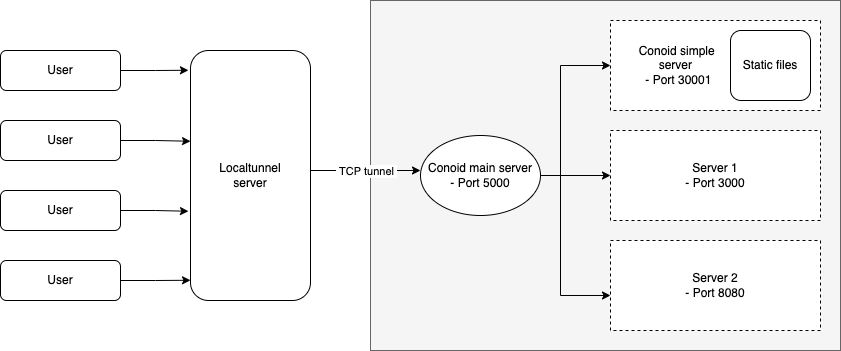
The draw.io diagram assets/imgs/architecture.png in DeeStarks/conoid, before a commit. Source tidied: cells renumbered, new cells last; positions are measured from the earlier drawing's top-left corner, leaving out a move shared by most shapes. Source of this version:
```xml
<mxGraphModel>
  <root>
    <mxCell id="0" />
    <mxCell id="1" parent="0" />
    <mxCell id="2" style="rounded=0.5;whiteSpace=wrap;html=1;shadow=0;glass=0;sketch=0;fillColor=#f5f5f5;fontColor=#333333;strokeColor=#666666;" parent="1" vertex="1">
      <mxGeometry x="370" width="470" height="350" as="geometry" />
    </mxCell>
    <mxCell id="3" style="edgeStyle=orthogonalEdgeStyle;rounded=0;jettySize=auto;html=1;entryX=0;entryY=0.363;entryDx=0;entryDy=0;entryPerimeter=0;" parent="1" edge="1" source="4" target="15">
      <mxGeometry relative="1" as="geometry" />
    </mxCell>
    <mxCell id="4" value="User" style="rounded=1;whiteSpace=wrap;html=1;fontSize=12;glass=0;strokeWidth=1;shadow=0;" parent="1" vertex="1">
      <mxGeometry y="120" width="120" height="40" as="geometry" />
    </mxCell>
    <mxCell id="5" style="edgeStyle=orthogonalEdgeStyle;rounded=0;jettySize=auto;html=1;entryX=-0.017;entryY=0.079;entryDx=0;entryDy=0;entryPerimeter=0;" parent="1" edge="1" source="6" target="15">
      <mxGeometry relative="1" as="geometry" />
    </mxCell>
    <mxCell id="6" value="User" style="rounded=1;whiteSpace=wrap;html=1;fontSize=12;glass=0;strokeWidth=1;shadow=0;" parent="1" vertex="1">
      <mxGeometry y="50" width="120" height="40" as="geometry" />
    </mxCell>
    <mxCell id="7" style="edgeStyle=orthogonalEdgeStyle;rounded=0;jettySize=auto;html=1;exitX=1;exitY=0.5;exitDx=0;exitDy=0;entryX=-0.017;entryY=0.643;entryDx=0;entryDy=0;entryPerimeter=0;" parent="1" edge="1" source="8" target="15">
      <mxGeometry relative="1" as="geometry" />
    </mxCell>
    <mxCell id="8" value="User" style="rounded=1;whiteSpace=wrap;html=1;fontSize=12;glass=0;strokeWidth=1;shadow=0;" parent="1" vertex="1">
      <mxGeometry y="190" width="120" height="40" as="geometry" />
    </mxCell>
    <mxCell id="9" style="edgeStyle=orthogonalEdgeStyle;rounded=0;jettySize=auto;html=1;exitX=1;exitY=0.5;exitDx=0;exitDy=0;entryX=0;entryY=0.919;entryDx=0;entryDy=0;entryPerimeter=0;" parent="1" edge="1" source="10" target="15">
      <mxGeometry relative="1" as="geometry" />
    </mxCell>
    <mxCell id="10" value="User" style="rounded=1;whiteSpace=wrap;html=1;fontSize=12;glass=0;strokeWidth=1;shadow=0;" parent="1" vertex="1">
      <mxGeometry y="260" width="120" height="40" as="geometry" />
    </mxCell>
    <mxCell id="11" style="edgeStyle=orthogonalEdgeStyle;rounded=0;jettySize=auto;html=1;entryX=0;entryY=0.5;entryDx=0;entryDy=0;" parent="1" edge="1" source="14" target="16">
      <mxGeometry relative="1" as="geometry">
        <Array as="points">
          <mxPoint x="560" y="175" />
          <mxPoint x="560" y="65" />
        </Array>
      </mxGeometry>
    </mxCell>
    <mxCell id="12" style="edgeStyle=orthogonalEdgeStyle;rounded=0;jettySize=auto;html=1;entryX=0;entryY=0.611;entryDx=0;entryDy=0;entryPerimeter=0;" parent="1" edge="1" source="14" target="17">
      <mxGeometry relative="1" as="geometry">
        <Array as="points">
          <mxPoint x="560" y="175" />
          <mxPoint x="560" y="295" />
        </Array>
      </mxGeometry>
    </mxCell>
    <mxCell id="13" style="edgeStyle=orthogonalEdgeStyle;rounded=0;jettySize=auto;html=1;entryX=0;entryY=0.5;entryDx=0;entryDy=0;" parent="1" edge="1" source="14" target="21">
      <mxGeometry relative="1" as="geometry" />
    </mxCell>
    <mxCell id="14" value="Conoid main server&lt;br&gt;- Port 5000" style="ellipse;whiteSpace=wrap;html=1;" parent="1" vertex="1">
      <mxGeometry x="420" y="135" width="120" height="80" as="geometry" />
    </mxCell>
    <mxCell id="15" value="Localtunnel&lt;br&gt;server" style="rounded=1;whiteSpace=wrap;html=1;" parent="1" vertex="1">
      <mxGeometry x="190" y="50" width="120" height="250" as="geometry" />
    </mxCell>
    <mxCell id="16" value="&lt;span style=&quot;white-space: pre;&quot;&gt;&#9;&lt;/span&gt;Conoid simple &lt;br&gt;&lt;span style=&quot;white-space: pre;&quot;&gt;&#9;&lt;/span&gt;&amp;nbsp; &amp;nbsp; &amp;nbsp; server&lt;br&gt;&lt;span style=&quot;white-space: pre;&quot;&gt;&#9;&lt;/span&gt;&amp;nbsp; - Port 30001" style="rounded=0;whiteSpace=wrap;html=1;dashed=1;sketch=0;shadow=0;glass=0;align=left;" parent="1" vertex="1">
      <mxGeometry x="610" y="20" width="210" height="90" as="geometry" />
    </mxCell>
    <mxCell id="17" value="Server 2&lt;br&gt;- Port 8080" style="rounded=0;whiteSpace=wrap;html=1;dashed=1;sketch=0;shadow=0;glass=0;" parent="1" vertex="1">
      <mxGeometry x="610" y="240" width="210" height="90" as="geometry" />
    </mxCell>
    <mxCell id="18" value="Static files" style="rounded=1;whiteSpace=wrap;html=1;shadow=0;glass=0;sketch=0;" parent="1" vertex="1">
      <mxGeometry x="730" y="30" width="80" height="70" as="geometry" />
    </mxCell>
    <mxCell id="19" style="endArrow=classic;html=1;rounded=0;" parent="1" edge="1">
      <mxGeometry relative="1" as="geometry">
        <mxPoint x="310" y="170" as="sourcePoint" />
        <mxPoint x="420" y="170" as="targetPoint" />
      </mxGeometry>
    </mxCell>
    <mxCell id="20" value="&amp;nbsp;TCP tunnel&amp;nbsp;" style="edgeLabel;html=1;align=center;verticalAlign=middle;rounded=0;shadow=0;glass=0;sketch=0;" parent="19" vertex="1">
      <mxGeometry relative="1" as="geometry" />
    </mxCell>
    <mxCell id="21" value="Server 1&lt;br&gt;- Port 3000" style="rounded=0;whiteSpace=wrap;html=1;dashed=1;sketch=0;shadow=0;glass=0;" parent="1" vertex="1">
      <mxGeometry x="610" y="130" width="210" height="90" as="geometry" />
    </mxCell>
  </root>
</mxGraphModel>
```
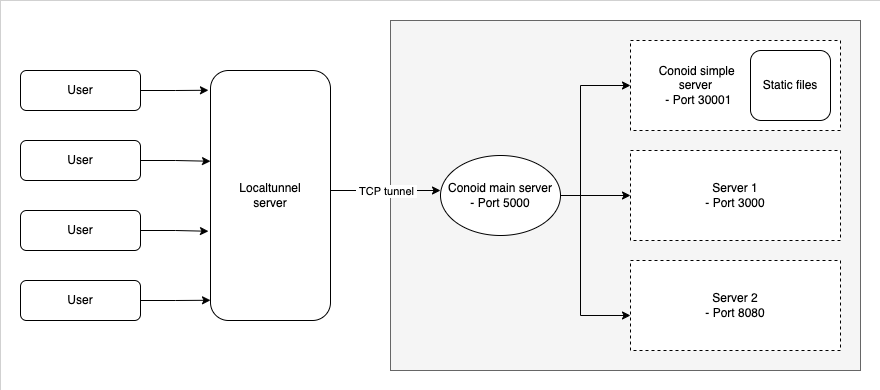
The same diagram one commit later.

The edit, as a diff of the source:
```diff
@@ -2,6 +2,9 @@
   <root>
     <mxCell id="0" />
     <mxCell id="1" parent="0" />
+    <mxCell id="22" style="rounded=0;whiteSpace=wrap;html=1;dashed=1;dashPattern=1 4;strokeWidth=0;" parent="1" vertex="1">
+      <mxGeometry x="-20" y="-20" width="880" height="390" as="geometry" />
+    </mxCell>
     <mxCell id="2" style="rounded=0.5;whiteSpace=wrap;html=1;shadow=0;glass=0;sketch=0;fillColor=#f5f5f5;fontColor=#333333;strokeColor=#666666;" parent="1" vertex="1">
       <mxGeometry x="370" width="470" height="350" as="geometry" />
     </mxCell>
```
